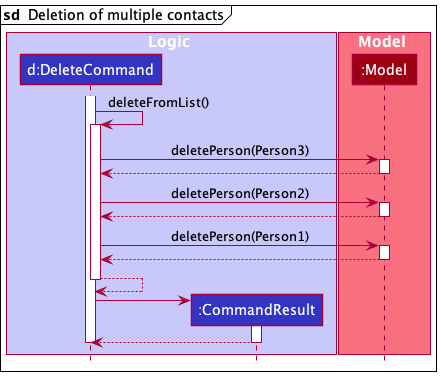
The PlantUML diagram docs/images/DeleteMultipleSequenceDiagram1.png in nus-cs2103-AY2122S2/tp, before a commit.
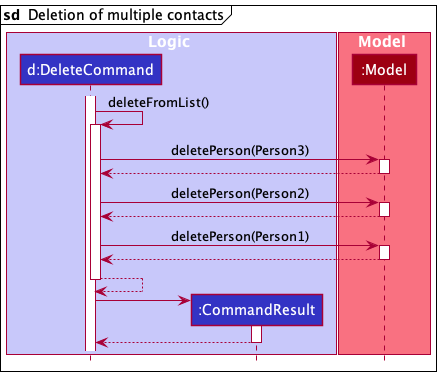
Later version of the same file.

Commit message:
Fix error in DeleteMultipleSequenceDiagram

Change to the diagram source:
```diff
@@ -42,6 +42,4 @@
 CommandResult --> DeleteCommand
 deactivate CommandResult
 
-deactivate DeleteCommand
-
 @enduml
```
